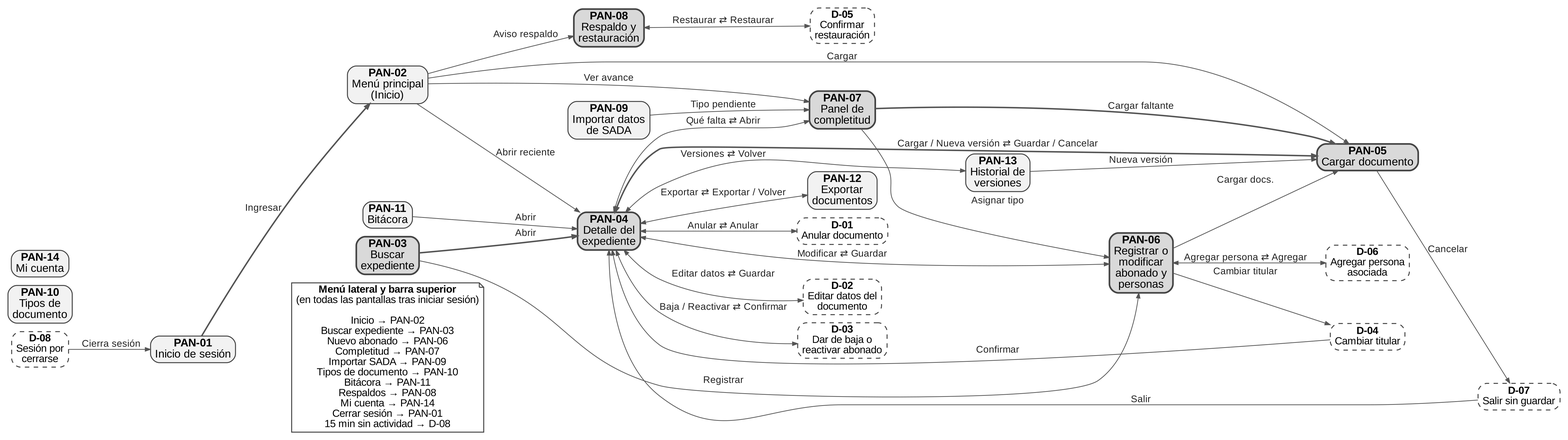
Above: Entregables/Prototipos/mapa_navegacion/Mapa_Navegacion_SIGEDA_documento.png in KendalTC/ProyectoASADA (Graphviz), before the change. Its source is kept beside it as Entregables/Prototipos/mapa_navegacion/Mapa_Navegacion_SIGEDA_documento.dot. The source it was exported from:
```dot
digraph G {
graph [rankdir=LR, fontname="Arial", nodesep=0.15, ranksep=0.35, pad=0.15, newrank=true];
node [fontname="Arial", fontsize=15, shape=box, style="rounded,filled", fillcolor="#F2F2F2", color="#444444", penwidth=1.3, margin="0.08,0.04"];
edge [fontname="Arial", fontsize=13, color="#555555", fontcolor="#222222", arrowsize=0.7];
"PAN-01" [label=<<b>PAN-01</b><br/>Inicio de sesión>];
"PAN-02" [label=<<b>PAN-02</b><br/>Menú principal<br/>(Inicio)>];
"PAN-03" [label=<<b>PAN-03</b><br/>Buscar<br/>expediente>, fillcolor="#D9D9D9", penwidth=2.2];
"PAN-04" [label=<<b>PAN-04</b><br/>Detalle del<br/>expediente>, fillcolor="#D9D9D9", penwidth=2.2];
"PAN-05" [label=<<b>PAN-05</b><br/>Cargar documento>, fillcolor="#D9D9D9", penwidth=2.2];
"PAN-06" [label=<<b>PAN-06</b><br/>Registrar o<br/>modificar<br/>abonado y<br/>personas>, fillcolor="#D9D9D9", penwidth=2.2];
"PAN-07" [label=<<b>PAN-07</b><br/>Panel de<br/>completitud>, fillcolor="#D9D9D9", penwidth=2.2];
"PAN-08" [label=<<b>PAN-08</b><br/>Respaldo y<br/>restauración>, fillcolor="#D9D9D9", penwidth=2.2];
"PAN-09" [label=<<b>PAN-09</b><br/>Importar datos<br/>de SADA>];
"PAN-10" [label=<<b>PAN-10</b><br/>Tipos de<br/>documento>];
"PAN-11" [label=<<b>PAN-11</b><br/>Bitácora>];
"PAN-12" [label=<<b>PAN-12</b><br/>Exportar<br/>documentos>];
"PAN-13" [label=<<b>PAN-13</b><br/>Historial de<br/>versiones>];
"PAN-14" [label=<<b>PAN-14</b><br/>Mi cuenta>];
"D-01" [label=<<b>D-01</b><br/>Anular documento>, style="rounded,dashed,filled", fillcolor="white", fontsize=14];
"D-02" [label=<<b>D-02</b><br/>Editar datos del<br/>documento>, style="rounded,dashed,filled", fillcolor="white", fontsize=14];
"D-03" [label=<<b>D-03</b><br/>Dar de baja o<br/>reactivar abonado>, style="rounded,dashed,filled", fillcolor="white", fontsize=14];
"D-04" [label=<<b>D-04</b><br/>Cambiar titular>, style="rounded,dashed,filled", fillcolor="white", fontsize=14];
"D-05" [label=<<b>D-05</b><br/>Confirmar<br/>restauración>, style="rounded,dashed,filled", fillcolor="white", fontsize=14];
"D-06" [label=<<b>D-06</b><br/>Agregar persona<br/>asociada>, style="rounded,dashed,filled", fillcolor="white", fontsize=14];
"D-07" [label=<<b>D-07</b><br/>Salir sin guardar>, style="rounded,dashed,filled", fillcolor="white", fontsize=14];
"D-08" [label=<<b>D-08</b><br/>Sesión por<br/>cerrarse>, style="rounded,dashed,filled", fillcolor="white", fontsize=14];
"MENU" [label=<<b>Menú lateral y barra superior</b><br/>(en todas las pantallas tras iniciar sesión)<br/><br/>Inicio → PAN-02<br/>Buscar expediente → PAN-03<br/>Nuevo abonado → PAN-06<br/>Completitud → PAN-07<br/>Importar SADA → PAN-09<br/>Tipos de documento → PAN-10<br/>Bitácora → PAN-11<br/>Respaldos → PAN-08<br/>Mi cuenta → PAN-14<br/>Cerrar sesión → PAN-01<br/>15 min sin actividad → D-08>, shape=note, fillcolor="white", fontsize=14];
"PAN-01" -> "MENU" [style=invis];
"PAN-01" -> "PAN-02" [label="Ingresar", style=bold, penwidth=2];
"PAN-02" -> "PAN-08" [label="Aviso respaldo"];
"PAN-02" -> "PAN-07" [label="Ver avance"];
"PAN-02" -> "PAN-05" [label="Cargar"];
"PAN-02" -> "PAN-04" [label="Abrir reciente"];
"PAN-03" -> "PAN-04" [label="Abrir", style=bold, penwidth=2];
"PAN-03" -> "PAN-06" [label="Registrar"];
"PAN-04" -> "PAN-05" [dir=both, label="Cargar / Nueva versión ⇄ Guardar / Cancelar", style=bold, penwidth=2];
"PAN-04" -> "PAN-13" [dir=both, label="Versiones ⇄ Volver"];
"PAN-04" -> "PAN-06" [dir=both, label="Modificar ⇄ Guardar"];
"PAN-04" -> "PAN-12" [dir=both, label="Exportar ⇄ Exportar / Volver"];
"PAN-04" -> "PAN-07" [dir=both, label="Qué falta ⇄ Abrir"];
"PAN-04" -> "D-01" [dir=both, label="Anular ⇄ Anular"];
"PAN-04" -> "D-02" [dir=both, label="Editar datos ⇄ Guardar"];
"PAN-04" -> "D-03" [dir=both, label="Baja / Reactivar ⇄ Confirmar"];
"PAN-05" -> "D-07" [label="Cancelar"];
"D-07" -> "PAN-04" [label="Salir"];
"PAN-06" -> "D-04" [label="Cambiar titular"];
"D-04" -> "PAN-04" [label="Confirmar"];
"PAN-06" -> "D-06" [dir=both, label="Agregar persona ⇄ Agregar"];
"PAN-06" -> "PAN-05" [label="Cargar docs."];
"PAN-07" -> "PAN-05" [label="Cargar faltante", style=bold, penwidth=2];
"PAN-07" -> "PAN-06" [label="Asignar tipo"];
"PAN-08" -> "D-05" [dir=both, label="Restaurar ⇄ Restaurar"];
"PAN-09" -> "PAN-07" [label="Tipo pendiente"];
"PAN-11" -> "PAN-04" [label="Abrir"];
"PAN-13" -> "PAN-05" [label="Nueva versión"];
"D-08" -> "PAN-01" [label="Cierra sesión"];
}
```
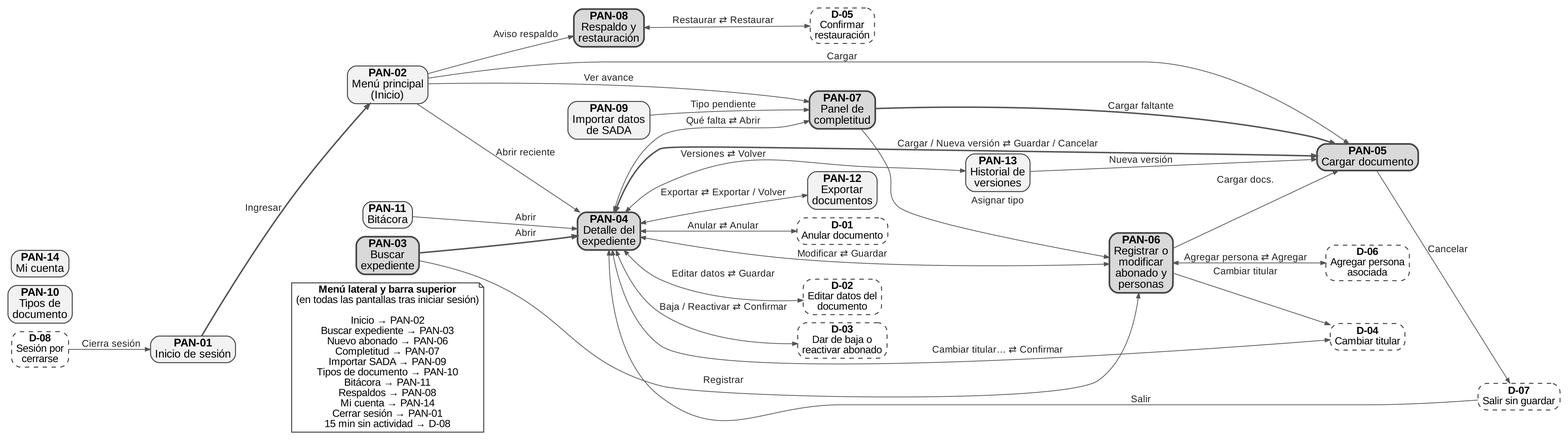
Above is the later version.

Change to the diagram source:
```diff
@@ -36,6 +36,7 @@
 "PAN-04" -> "PAN-05" [dir=both, label="Cargar / Nueva versión ⇄ Guardar / Cancelar", style=bold, penwidth=2];
 "PAN-04" -> "PAN-13" [dir=both, label="Versiones ⇄ Volver"];
 "PAN-04" -> "PAN-06" [dir=both, label="Modificar ⇄ Guardar"];
+"PAN-04" -> "D-04" [dir=both, label="Cambiar titular… ⇄ Confirmar"];
 "PAN-04" -> "PAN-12" [dir=both, label="Exportar ⇄ Exportar / Volver"];
 "PAN-04" -> "PAN-07" [dir=both, label="Qué falta ⇄ Abrir"];
 "PAN-04" -> "D-01" [dir=both, label="Anular ⇄ Anular"];
@@ -44,7 +45,6 @@
 "PAN-05" -> "D-07" [label="Cancelar"];
 "D-07" -> "PAN-04" [label="Salir"];
 "PAN-06" -> "D-04" [label="Cambiar titular"];
-"D-04" -> "PAN-04" [label="Confirmar"];
 "PAN-06" -> "D-06" [dir=both, label="Agregar persona ⇄ Agregar"];
 "PAN-06" -> "PAN-05" [label="Cargar docs."];
 "PAN-07" -> "PAN-05" [label="Cargar faltante", style=bold, penwidth=2];
```
